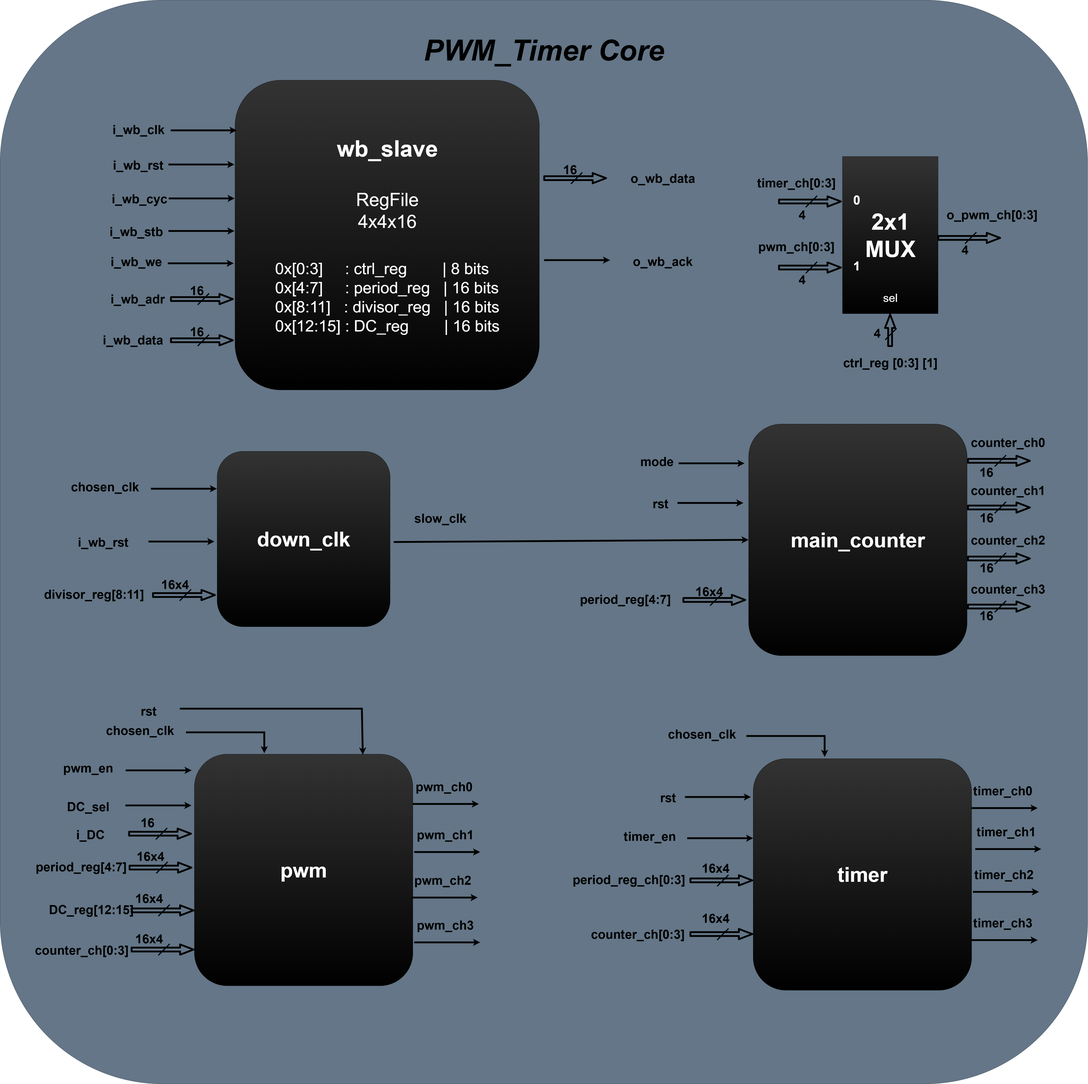
Before: Docs/Block_diagram.png, a diagram exported from draw.io (kareem05-ash/PWM_Timer). Source tidied: cells renumbered, new cells last; positions are measured from the earlier drawing's top-left corner, leaving out a move shared by most shapes.
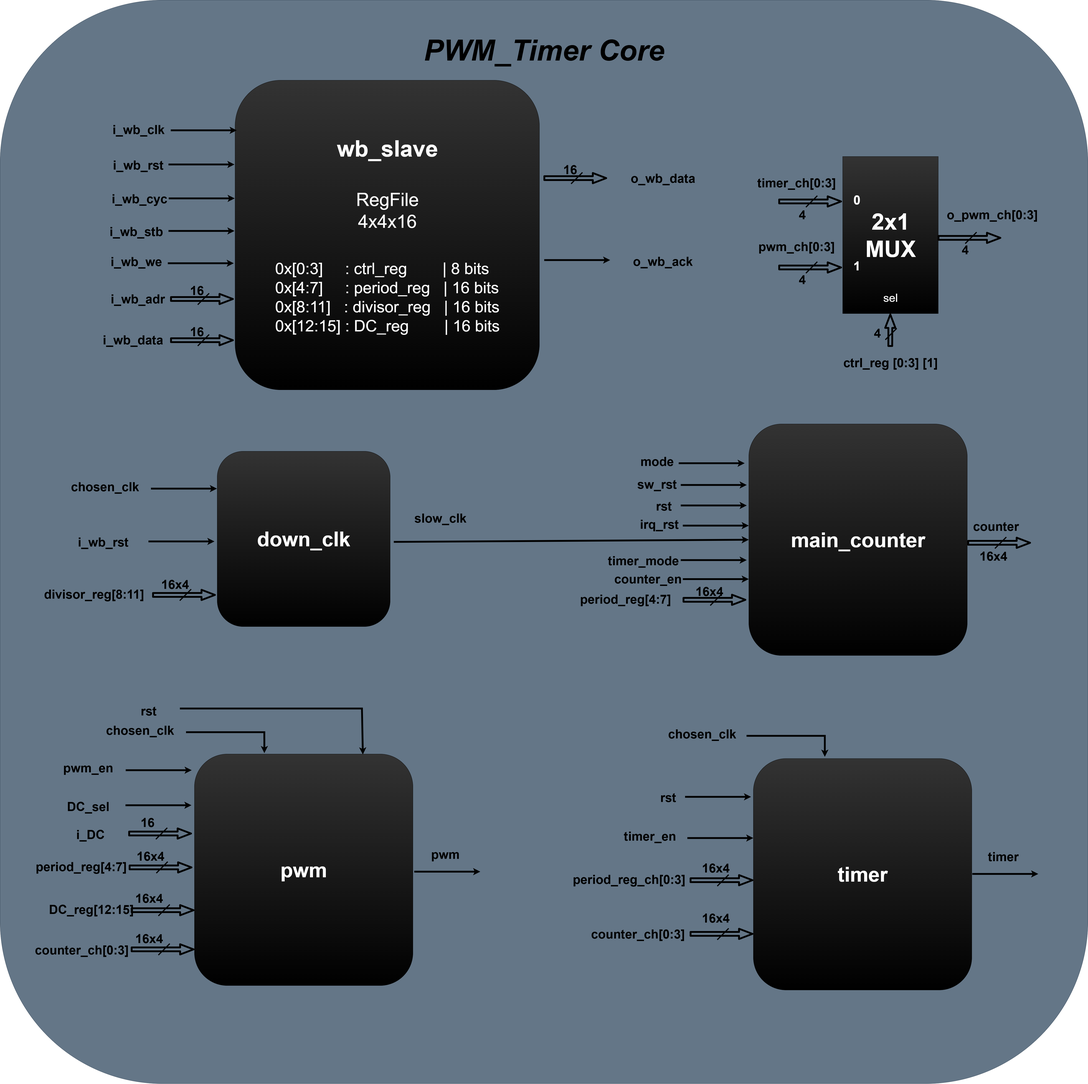
The same file after the commit.

Commit message:
edit main_counter block diagram

Change to the diagram source:
```diff
@@ -174,12 +174,12 @@
     </mxCell>
     <mxCell id="41" style="endArrow=classic;html=1;rounded=0;strokeWidth=8;fontColor=#000000;fontSize=55;fontStyle=1;" parent="1" edge="1">
       <mxGeometry relative="1" as="geometry">
-        <mxPoint x="2977" y="2208.5" as="sourcePoint" />
-        <mxPoint x="3267" y="2208.5" as="targetPoint" />
+        <mxPoint x="2991" y="2220" as="sourcePoint" />
+        <mxPoint x="3281" y="2220" as="targetPoint" />
       </mxGeometry>
     </mxCell>
     <mxCell id="42" value="&lt;font&gt;rst&lt;/font&gt;" style="text;html=1;align=center;verticalAlign=middle;whiteSpace=wrap;rounded=0;fontColor=#000000;fontSize=55;fontStyle=1;" parent="1" vertex="1">
-      <mxGeometry x="2766" y="2160.5" width="274" height="100" as="geometry" />
+      <mxGeometry x="2780" y="2172" width="274" height="100" as="geometry" />
     </mxCell>
     <mxCell id="43" style="shape=flexArrow;endArrow=classic;html=1;rounded=1;strokeWidth=8;endSize=17;startSize=10;sourcePerimeterSpacing=10;targetPerimeterSpacing=10;fontColor=#000000;fontSize=55;fontStyle=1;" parent="1" edge="1">
       <mxGeometry relative="1" as="geometry">
@@ -199,24 +199,6 @@
     <mxCell id="46" value="&lt;span&gt;period_reg[4:7]&lt;/span&gt;" style="text;html=1;align=center;verticalAlign=middle;whiteSpace=wrap;rounded=0;fontColor=#000000;fontSize=55;fontStyle=1;" parent="1" vertex="1">
       <mxGeometry x="2530" y="2580.5" width="437" height="100" as="geometry" />
     </mxCell>
-    <mxCell id="47" value="&lt;span&gt;counter_ch1&lt;/span&gt;" style="text;html=1;align=center;verticalAlign=middle;whiteSpace=wrap;rounded=0;fontColor=#000000;fontSize=55;fontStyle=1;" parent="1" vertex="1">
-      <mxGeometry x="4270" y="2102.5" width="320" height="100" as="geometry" />
-    </mxCell>
-    <mxCell id="48" style="shape=flexArrow;endArrow=classic;html=1;rounded=1;strokeWidth=8;endSize=17;startSize=10;sourcePerimeterSpacing=10;targetPerimeterSpacing=10;fontColor=#000000;fontSize=55;fontStyle=1;" parent="1" edge="1">
-      <mxGeometry relative="1" as="geometry">
-        <mxPoint x="4250" y="2228.5" as="sourcePoint" />
-        <mxPoint x="4530" y="2228.5" as="targetPoint" />
-      </mxGeometry>
-    </mxCell>
-    <mxCell id="49" style="endArrow=none;html=1;rounded=0;strokeWidth=5;fontColor=#000000;fontSize=55;fontStyle=1;" parent="1" edge="1">
-      <mxGeometry relative="1" as="geometry">
-        <mxPoint x="4371.5" y="2253.5" as="sourcePoint" />
-        <mxPoint x="4421.5" y="2203.5" as="targetPoint" />
-      </mxGeometry>
-    </mxCell>
-    <mxCell id="50" value="&lt;span&gt;&lt;font&gt;16&lt;/font&gt;&lt;/span&gt;" style="text;html=1;align=center;verticalAlign=middle;whiteSpace=wrap;rounded=0;fontColor=#000000;fontSize=55;fontStyle=1;" parent="1" vertex="1">
-      <mxGeometry x="4311" y="2242.5" width="50" height="60" as="geometry" />
-    </mxCell>
     <mxCell id="51" value="&lt;font style=&quot;font-size: 90px;&quot;&gt;&lt;b&gt;pwm&lt;/b&gt;&lt;/font&gt;" style="rounded=1;whiteSpace=wrap;html=1;fillColor=#333333;gradientColor=default;fontColor=#FFFFFF;labelBorderColor=none;" parent="1" vertex="1">
       <mxGeometry x="854" y="3312" width="960" height="1017" as="geometry" />
     </mxCell>
@@ -236,12 +218,12 @@
     </mxCell>
     <mxCell id="55" style="endArrow=classic;html=1;rounded=0;strokeWidth=8;fontColor=#000000;fontSize=55;fontStyle=1;" parent="1" edge="1">
       <mxGeometry relative="1" as="geometry">
-        <mxPoint x="1820" y="3741.7" as="sourcePoint" />
-        <mxPoint x="2110" y="3741.7" as="targetPoint" />
+        <mxPoint x="1820" y="3828.7" as="sourcePoint" />
+        <mxPoint x="2110" y="3828.7" as="targetPoint" />
       </mxGeometry>
     </mxCell>
-    <mxCell id="56" value="&lt;font&gt;pwm_ch1&lt;/font&gt;" style="text;html=1;align=center;verticalAlign=middle;whiteSpace=wrap;rounded=0;fontColor=#000000;fontSize=55;fontStyle=1;" parent="1" vertex="1">
-      <mxGeometry x="1814" y="3615.2" width="285" height="100" as="geometry" />
+    <mxCell id="56" value="&lt;font&gt;pwm&lt;/font&gt;" style="text;html=1;align=center;verticalAlign=middle;whiteSpace=wrap;rounded=0;fontColor=#000000;fontSize=55;fontStyle=1;" parent="1" vertex="1">
+      <mxGeometry x="1814" y="3702.2" width="285" height="100" as="geometry" />
     </mxCell>
     <mxCell id="57" style="endArrow=classic;html=1;rounded=0;strokeWidth=8;fontColor=#000000;fontSize=55;fontStyle=1;" parent="1" edge="1">
       <mxGeometry relative="1" as="geometry">
@@ -288,15 +270,6 @@
     <mxCell id="65" value="&lt;font&gt;DC_reg&lt;/font&gt;&lt;span&gt;[12:15]&lt;/span&gt;" style="text;html=1;align=center;verticalAlign=middle;whiteSpace=wrap;rounded=0;fontColor=#000000;fontSize=55;fontStyle=1;" parent="1" vertex="1">
       <mxGeometry x="222" y="3944" width="358" height="100" as="geometry" />
     </mxCell>
-    <mxCell id="66" style="endArrow=classic;html=1;rounded=0;strokeWidth=8;fontColor=#000000;fontSize=55;fontStyle=1;" parent="1" edge="1">
-      <mxGeometry relative="1" as="geometry">
-        <mxPoint x="4286" y="3728.7" as="sourcePoint" />
-        <mxPoint x="4576" y="3728.7" as="targetPoint" />
-      </mxGeometry>
-    </mxCell>
-    <mxCell id="67" value="&lt;font&gt;timer_ch1&lt;/font&gt;" style="text;html=1;align=center;verticalAlign=middle;whiteSpace=wrap;rounded=0;fontColor=#000000;fontSize=55;fontStyle=1;" parent="1" vertex="1">
-      <mxGeometry x="4280" y="3602.2" width="285" height="100" as="geometry" />
-    </mxCell>
     <mxCell id="68" style="endArrow=classic;html=1;rounded=0;strokeWidth=8;entryX=0.32;entryY=-0.004;entryDx=0;entryDy=0;entryPerimeter=0;fontColor=#000000;fontSize=55;fontStyle=1;" parent="1" edge="1">
       <mxGeometry relative="1" as="geometry">
         <mxPoint x="3280" y="3232" as="sourcePoint" />
@@ -327,87 +300,24 @@
     <mxCell id="73" value="&lt;font&gt;timer_en&lt;/font&gt;" style="text;html=1;align=center;verticalAlign=middle;whiteSpace=wrap;rounded=0;fontColor=#000000;fontSize=55;fontStyle=1;" parent="1" vertex="1">
       <mxGeometry x="2719" y="3622" width="274" height="100" as="geometry" />
     </mxCell>
-    <mxCell id="74" value="&lt;span&gt;counter_ch0&lt;/span&gt;" style="text;html=1;align=center;verticalAlign=middle;whiteSpace=wrap;rounded=0;fontColor=#000000;fontSize=55;fontStyle=1;" parent="1" vertex="1">
-      <mxGeometry x="4270" y="1892.5" width="320" height="100" as="geometry" />
-    </mxCell>
-    <mxCell id="75" style="shape=flexArrow;endArrow=classic;html=1;rounded=1;strokeWidth=8;endSize=17;startSize=10;sourcePerimeterSpacing=10;targetPerimeterSpacing=10;fontColor=#000000;fontSize=55;fontStyle=1;" parent="1" edge="1">
-      <mxGeometry relative="1" as="geometry">
-        <mxPoint x="4250" y="2023.5" as="sourcePoint" />
-        <mxPoint x="4530" y="2023.5" as="targetPoint" />
-      </mxGeometry>
-    </mxCell>
-    <mxCell id="76" style="endArrow=none;html=1;rounded=0;strokeWidth=5;fontColor=#000000;fontSize=55;fontStyle=1;" parent="1" edge="1">
-      <mxGeometry relative="1" as="geometry">
-        <mxPoint x="4371.5" y="2048.5" as="sourcePoint" />
-        <mxPoint x="4421.5" y="1998.5" as="targetPoint" />
-      </mxGeometry>
-    </mxCell>
-    <mxCell id="77" value="&lt;span&gt;&lt;font&gt;16&lt;/font&gt;&lt;/span&gt;" style="text;html=1;align=center;verticalAlign=middle;whiteSpace=wrap;rounded=0;fontColor=#000000;fontSize=55;fontStyle=1;" parent="1" vertex="1">
-      <mxGeometry x="4310" y="2042.5" width="50" height="60" as="geometry" />
-    </mxCell>
-    <mxCell id="78" value="&lt;span&gt;counter_ch2&lt;/span&gt;" style="text;html=1;align=center;verticalAlign=middle;whiteSpace=wrap;rounded=0;fontColor=#000000;fontSize=55;fontStyle=1;" parent="1" vertex="1">
-      <mxGeometry x="4270" y="2320.5" width="320" height="100" as="geometry" />
+    <mxCell id="78" value="&lt;span&gt;counter&lt;/span&gt;" style="text;html=1;align=center;verticalAlign=middle;whiteSpace=wrap;rounded=0;fontColor=#000000;fontSize=55;fontStyle=1;" parent="1" vertex="1">
+      <mxGeometry x="4216" y="2260.5" width="320" height="100" as="geometry" />
     </mxCell>
     <mxCell id="79" style="shape=flexArrow;endArrow=classic;html=1;rounded=1;strokeWidth=8;endSize=17;startSize=10;sourcePerimeterSpacing=10;targetPerimeterSpacing=10;fontColor=#000000;fontSize=55;fontStyle=1;" parent="1" edge="1">
       <mxGeometry relative="1" as="geometry">
-        <mxPoint x="4250" y="2452.5" as="sourcePoint" />
-        <mxPoint x="4530" y="2452.5" as="targetPoint" />
+        <mxPoint x="4250" y="2384" as="sourcePoint" />
+        <mxPoint x="4530" y="2384" as="targetPoint" />
       </mxGeometry>
     </mxCell>
     <mxCell id="80" style="endArrow=none;html=1;rounded=0;strokeWidth=5;fontColor=#000000;fontSize=55;fontStyle=1;" parent="1" edge="1">
       <mxGeometry relative="1" as="geometry">
-        <mxPoint x="4371.5" y="2477.5" as="sourcePoint" />
-        <mxPoint x="4421.5" y="2427.5" as="targetPoint" />
+        <mxPoint x="4371.5" y="2409" as="sourcePoint" />
+        <mxPoint x="4421.5" y="2359" as="targetPoint" />
       </mxGeometry>
     </mxCell>
-    <mxCell id="81" value="&lt;span&gt;&lt;font&gt;16&lt;/font&gt;&lt;/span&gt;" style="text;html=1;align=center;verticalAlign=middle;whiteSpace=wrap;rounded=0;fontColor=#000000;fontSize=55;fontStyle=1;" parent="1" vertex="1">
-      <mxGeometry x="4311" y="2462.5" width="50" height="60" as="geometry" />
+    <mxCell id="81" value="&lt;span&gt;&lt;font&gt;16x4&lt;/font&gt;&lt;/span&gt;" style="text;html=1;align=center;verticalAlign=middle;whiteSpace=wrap;rounded=0;fontColor=#000000;fontSize=55;fontStyle=1;" parent="1" vertex="1">
+      <mxGeometry x="4340" y="2412" width="50" height="60" as="geometry" />
     </mxCell>
-    <mxCell id="82" value="&lt;span&gt;counter_ch3&lt;/span&gt;" style="text;html=1;align=center;verticalAlign=middle;whiteSpace=wrap;rounded=0;fontColor=#000000;fontSize=55;fontStyle=1;" parent="1" vertex="1">
-      <mxGeometry x="4270" y="2535.5" width="320" height="100" as="geometry" />
-    </mxCell>
-    <mxCell id="83" style="shape=flexArrow;endArrow=classic;html=1;rounded=1;strokeWidth=8;endSize=17;startSize=10;sourcePerimeterSpacing=10;targetPerimeterSpacing=10;fontColor=#000000;fontSize=55;fontStyle=1;" parent="1" edge="1">
-      <mxGeometry relative="1" as="geometry">
-        <mxPoint x="4250" y="2663.5" as="sourcePoint" />
-        <mxPoint x="4530" y="2663.5" as="targetPoint" />
-      </mxGeometry>
-    </mxCell>
-    <mxCell id="84" style="endArrow=none;html=1;rounded=0;strokeWidth=5;fontColor=#000000;fontSize=55;fontStyle=1;" parent="1" edge="1">
-      <mxGeometry relative="1" as="geometry">
-        <mxPoint x="4371.5" y="2688.5" as="sourcePoint" />
-        <mxPoint x="4421.5" y="2638.5" as="targetPoint" />
-      </mxGeometry>
-    </mxCell>
-    <mxCell id="85" value="&lt;span&gt;&lt;font&gt;16&lt;/font&gt;&lt;/span&gt;" style="text;html=1;align=center;verticalAlign=middle;whiteSpace=wrap;rounded=0;fontColor=#000000;fontSize=55;fontStyle=1;" parent="1" vertex="1">
-      <mxGeometry x="4310" y="2672.5" width="50" height="60" as="geometry" />
-    </mxCell>
-    <mxCell id="86" style="endArrow=classic;html=1;rounded=0;strokeWidth=8;fontColor=#000000;fontSize=55;fontStyle=1;" parent="1" edge="1">
-      <mxGeometry relative="1" as="geometry">
-        <mxPoint x="1814.5" y="3530.6" as="sourcePoint" />
-        <mxPoint x="2104.5" y="3530.6" as="targetPoint" />
-      </mxGeometry>
-    </mxCell>
-    <mxCell id="87" value="&lt;font&gt;pwm_ch0&lt;/font&gt;" style="text;html=1;align=center;verticalAlign=middle;whiteSpace=wrap;rounded=0;fontColor=#000000;fontSize=55;fontStyle=1;" parent="1" vertex="1">
-      <mxGeometry x="1808.5" y="3404.1" width="285" height="100" as="geometry" />
-    </mxCell>
-    <mxCell id="88" style="endArrow=classic;html=1;rounded=0;strokeWidth=8;fontColor=#000000;fontSize=55;fontStyle=1;" parent="1" edge="1">
-      <mxGeometry relative="1" as="geometry">
-        <mxPoint x="1809" y="3941.7" as="sourcePoint" />
-        <mxPoint x="2099" y="3941.7" as="targetPoint" />
-      </mxGeometry>
-    </mxCell>
-    <mxCell id="89" value="&lt;font&gt;pwm_ch2&lt;/font&gt;" style="text;html=1;align=center;verticalAlign=middle;whiteSpace=wrap;rounded=0;fontColor=#000000;fontSize=55;fontStyle=1;" parent="1" vertex="1">
-      <mxGeometry x="1803" y="3815.2" width="285" height="100" as="geometry" />
-    </mxCell>
-    <mxCell id="90" style="endArrow=classic;html=1;rounded=0;strokeWidth=8;fontColor=#000000;fontSize=55;fontStyle=1;" parent="1" edge="1">
-      <mxGeometry relative="1" as="geometry">
-        <mxPoint x="1820" y="4138.5" as="sourcePoint" />
-        <mxPoint x="2110" y="4138.5" as="targetPoint" />
-      </mxGeometry>
-    </mxCell>
-    <mxCell id="91" value="&lt;font&gt;pwm_ch3&lt;/font&gt;" style="text;html=1;align=center;verticalAlign=middle;whiteSpace=wrap;rounded=0;fontColor=#000000;fontSize=55;fontStyle=1;" parent="1" vertex="1">
-      <mxGeometry x="1814" y="4012" width="285" height="100" as="geometry" />
-    </mxCell>
     <mxCell id="92" style="shape=flexArrow;endArrow=classic;html=1;rounded=1;strokeWidth=8;endSize=17;startSize=10;sourcePerimeterSpacing=10;targetPerimeterSpacing=10;fontColor=#000000;fontSize=55;fontStyle=1;" parent="1" edge="1">
       <mxGeometry relative="1" as="geometry">
         <mxPoint x="574" y="4170" as="sourcePoint" />
@@ -438,33 +348,6 @@
     <mxCell id="97" value="&lt;font&gt;period_reg_ch&lt;/font&gt;&lt;span&gt;[0:3]&lt;/span&gt;" style="text;html=1;align=center;verticalAlign=middle;whiteSpace=wrap;rounded=0;fontColor=#000000;fontSize=55;fontStyle=1;" parent="1" vertex="1">
       <mxGeometry x="2500" y="3812.2" width="528" height="100" as="geometry" />
     </mxCell>
-    <mxCell id="98" style="endArrow=classic;html=1;rounded=0;strokeWidth=8;fontColor=#000000;fontSize=55;fontStyle=1;" parent="1" edge="1">
-      <mxGeometry relative="1" as="geometry">
-        <mxPoint x="4276" y="3916.7" as="sourcePoint" />
-        <mxPoint x="4566" y="3916.7" as="targetPoint" />
-      </mxGeometry>
-    </mxCell>
-    <mxCell id="99" value="&lt;font&gt;timer_ch2&lt;/font&gt;" style="text;html=1;align=center;verticalAlign=middle;whiteSpace=wrap;rounded=0;fontColor=#000000;fontSize=55;fontStyle=1;" parent="1" vertex="1">
-      <mxGeometry x="4270" y="3790.2" width="285" height="100" as="geometry" />
-    </mxCell>
-    <mxCell id="100" style="endArrow=classic;html=1;rounded=0;strokeWidth=8;fontColor=#000000;fontSize=55;fontStyle=1;" parent="1" edge="1">
-      <mxGeometry relative="1" as="geometry">
-        <mxPoint x="4270.5" y="4128.5" as="sourcePoint" />
-        <mxPoint x="4560.5" y="4128.5" as="targetPoint" />
-      </mxGeometry>
-    </mxCell>
-    <mxCell id="101" value="&lt;font&gt;timer_ch3&lt;/font&gt;" style="text;html=1;align=center;verticalAlign=middle;whiteSpace=wrap;rounded=0;fontColor=#000000;fontSize=55;fontStyle=1;" parent="1" vertex="1">
-      <mxGeometry x="4264.5" y="4002" width="285" height="100" as="geometry" />
-    </mxCell>
-    <mxCell id="102" style="endArrow=classic;html=1;rounded=0;strokeWidth=8;fontColor=#000000;fontSize=55;fontStyle=1;" parent="1" edge="1">
-      <mxGeometry relative="1" as="geometry">
-        <mxPoint x="4270.5" y="3548.7" as="sourcePoint" />
-        <mxPoint x="4560.5" y="3548.7" as="targetPoint" />
-      </mxGeometry>
-    </mxCell>
-    <mxCell id="103" value="&lt;font&gt;timer_ch0&lt;/font&gt;" style="text;html=1;align=center;verticalAlign=middle;whiteSpace=wrap;rounded=0;fontColor=#000000;fontSize=55;fontStyle=1;" parent="1" vertex="1">
-      <mxGeometry x="4264.5" y="3422.2" width="285" height="100" as="geometry" />
-    </mxCell>
     <mxCell id="104" style="shape=flexArrow;endArrow=classic;html=1;rounded=1;strokeWidth=8;endSize=17;startSize=10;sourcePerimeterSpacing=10;targetPerimeterSpacing=10;fontColor=#000000;fontSize=55;fontStyle=1;" parent="1" edge="1">
       <mxGeometry relative="1" as="geometry">
         <mxPoint x="3030" y="4102" as="sourcePoint" />
@@ -615,5 +498,50 @@
     <mxCell id="139" value="&lt;font&gt;i_DC&lt;/font&gt;" style="text;html=1;align=center;verticalAlign=middle;whiteSpace=wrap;rounded=0;fontColor=#000000;fontSize=55;fontStyle=1;" parent="1" vertex="1">
       <mxGeometry x="260" y="3615.2" width="274" height="100" as="geometry" />
     </mxCell>
+    <mxCell id="140" style="endArrow=classic;html=1;rounded=0;strokeWidth=8;fontColor=#000000;fontSize=55;fontStyle=1;" parent="1" edge="1">
+      <mxGeometry relative="1" as="geometry">
+        <mxPoint x="4272" y="3838.7" as="sourcePoint" />
+        <mxPoint x="4562" y="3838.7" as="targetPoint" />
+      </mxGeometry>
+    </mxCell>
+    <mxCell id="141" value="&lt;font&gt;timer&lt;/font&gt;" style="text;html=1;align=center;verticalAlign=middle;whiteSpace=wrap;rounded=0;fontColor=#000000;fontSize=55;fontStyle=1;" parent="1" vertex="1">
+      <mxGeometry x="4266" y="3712.2" width="285" height="100" as="geometry" />
+    </mxCell>
+    <mxCell id="142" style="endArrow=classic;html=1;rounded=0;strokeWidth=8;fontColor=#000000;fontSize=55;fontStyle=1;" parent="1" edge="1">
+      <mxGeometry relative="1" as="geometry">
+        <mxPoint x="2991" y="2130" as="sourcePoint" />
+        <mxPoint x="3281" y="2130" as="targetPoint" />
+      </mxGeometry>
+    </mxCell>
+    <mxCell id="143" value="&lt;font&gt;sw_rst&lt;/font&gt;" style="text;html=1;align=center;verticalAlign=middle;whiteSpace=wrap;rounded=0;fontColor=#000000;fontSize=55;fontStyle=1;" parent="1" vertex="1">
+      <mxGeometry x="2750" y="2075.5" width="274" height="100" as="geometry" />
+    </mxCell>
+    <mxCell id="144" style="endArrow=classic;html=1;rounded=0;strokeWidth=8;fontColor=#000000;fontSize=55;fontStyle=1;" parent="1" edge="1">
+      <mxGeometry relative="1" as="geometry">
+        <mxPoint x="3000" y="2308.5" as="sourcePoint" />
+        <mxPoint x="3290" y="2308.5" as="targetPoint" />
+      </mxGeometry>
+    </mxCell>
+    <mxCell id="145" value="&lt;font&gt;irq_rst&lt;/font&gt;" style="text;html=1;align=center;verticalAlign=middle;whiteSpace=wrap;rounded=0;fontColor=#000000;fontSize=55;fontStyle=1;" parent="1" vertex="1">
+      <mxGeometry x="2760" y="2252" width="274" height="100" as="geometry" />
+    </mxCell>
+    <mxCell id="146" style="endArrow=classic;html=1;rounded=0;strokeWidth=8;fontColor=#000000;fontSize=55;fontStyle=1;" parent="1" edge="1">
+      <mxGeometry relative="1" as="geometry">
+        <mxPoint x="2991" y="2460" as="sourcePoint" />
+        <mxPoint x="3281" y="2460" as="targetPoint" />
+      </mxGeometry>
+    </mxCell>
+    <mxCell id="147" value="&lt;font&gt;timer_mode&lt;/font&gt;" style="text;html=1;align=center;verticalAlign=middle;whiteSpace=wrap;rounded=0;fontColor=#000000;fontSize=55;fontStyle=1;" parent="1" vertex="1">
+      <mxGeometry x="2690" y="2412" width="274" height="100" as="geometry" />
+    </mxCell>
+    <mxCell id="148" style="endArrow=classic;html=1;rounded=0;strokeWidth=8;fontColor=#000000;fontSize=55;fontStyle=1;" parent="1" edge="1">
+      <mxGeometry relative="1" as="geometry">
+        <mxPoint x="3000" y="2543.5" as="sourcePoint" />
+        <mxPoint x="3290" y="2543.5" as="targetPoint" />
+      </mxGeometry>
+    </mxCell>
+    <mxCell id="149" value="&lt;font&gt;counter_en&lt;/font&gt;" style="text;html=1;align=center;verticalAlign=middle;whiteSpace=wrap;rounded=0;fontColor=#000000;fontSize=55;fontStyle=1;" parent="1" vertex="1">
+      <mxGeometry x="2710" y="2492" width="274" height="100" as="geometry" />
+    </mxCell>
   </root>
 </mxGraphModel>
```
